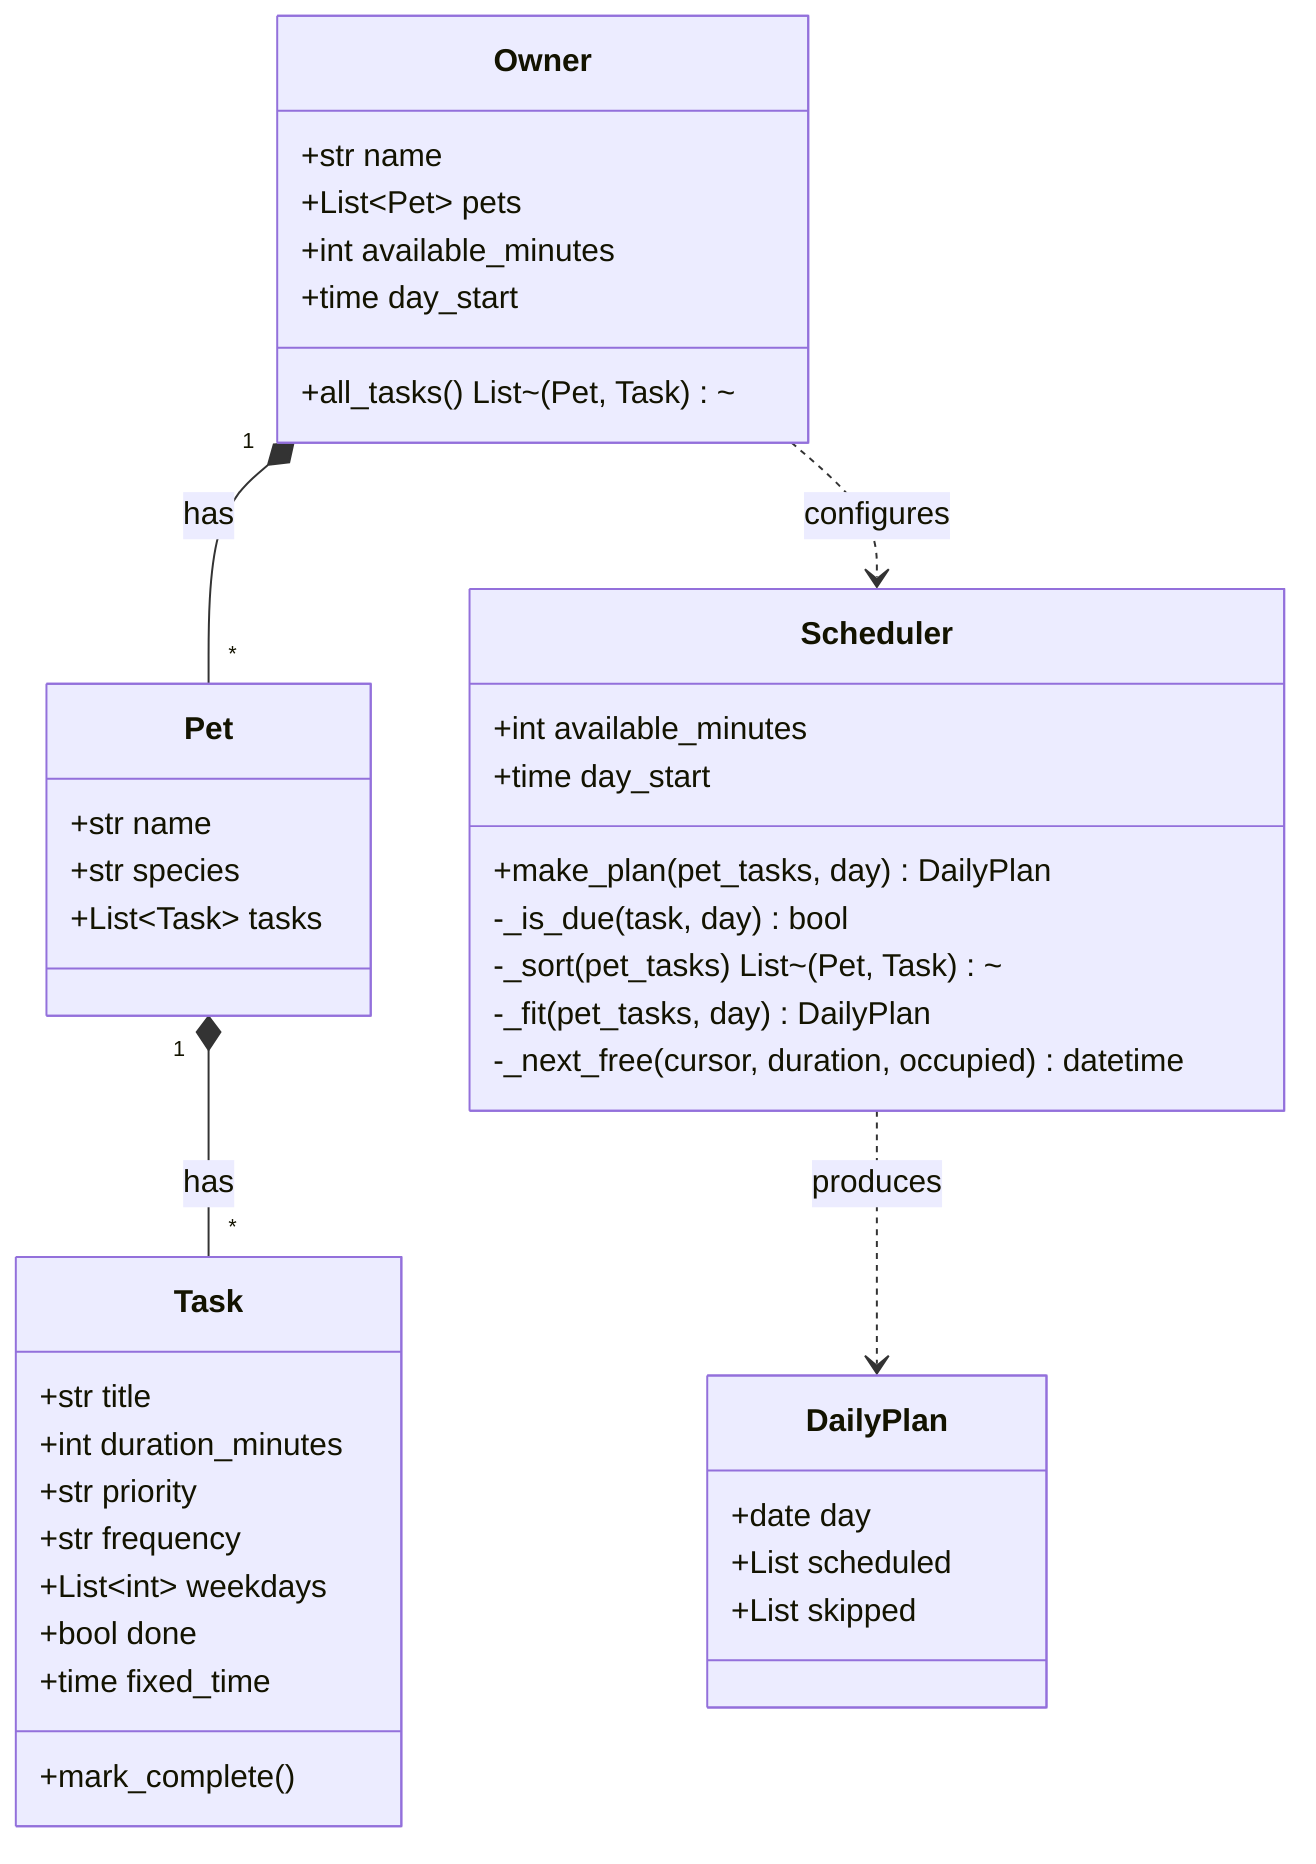
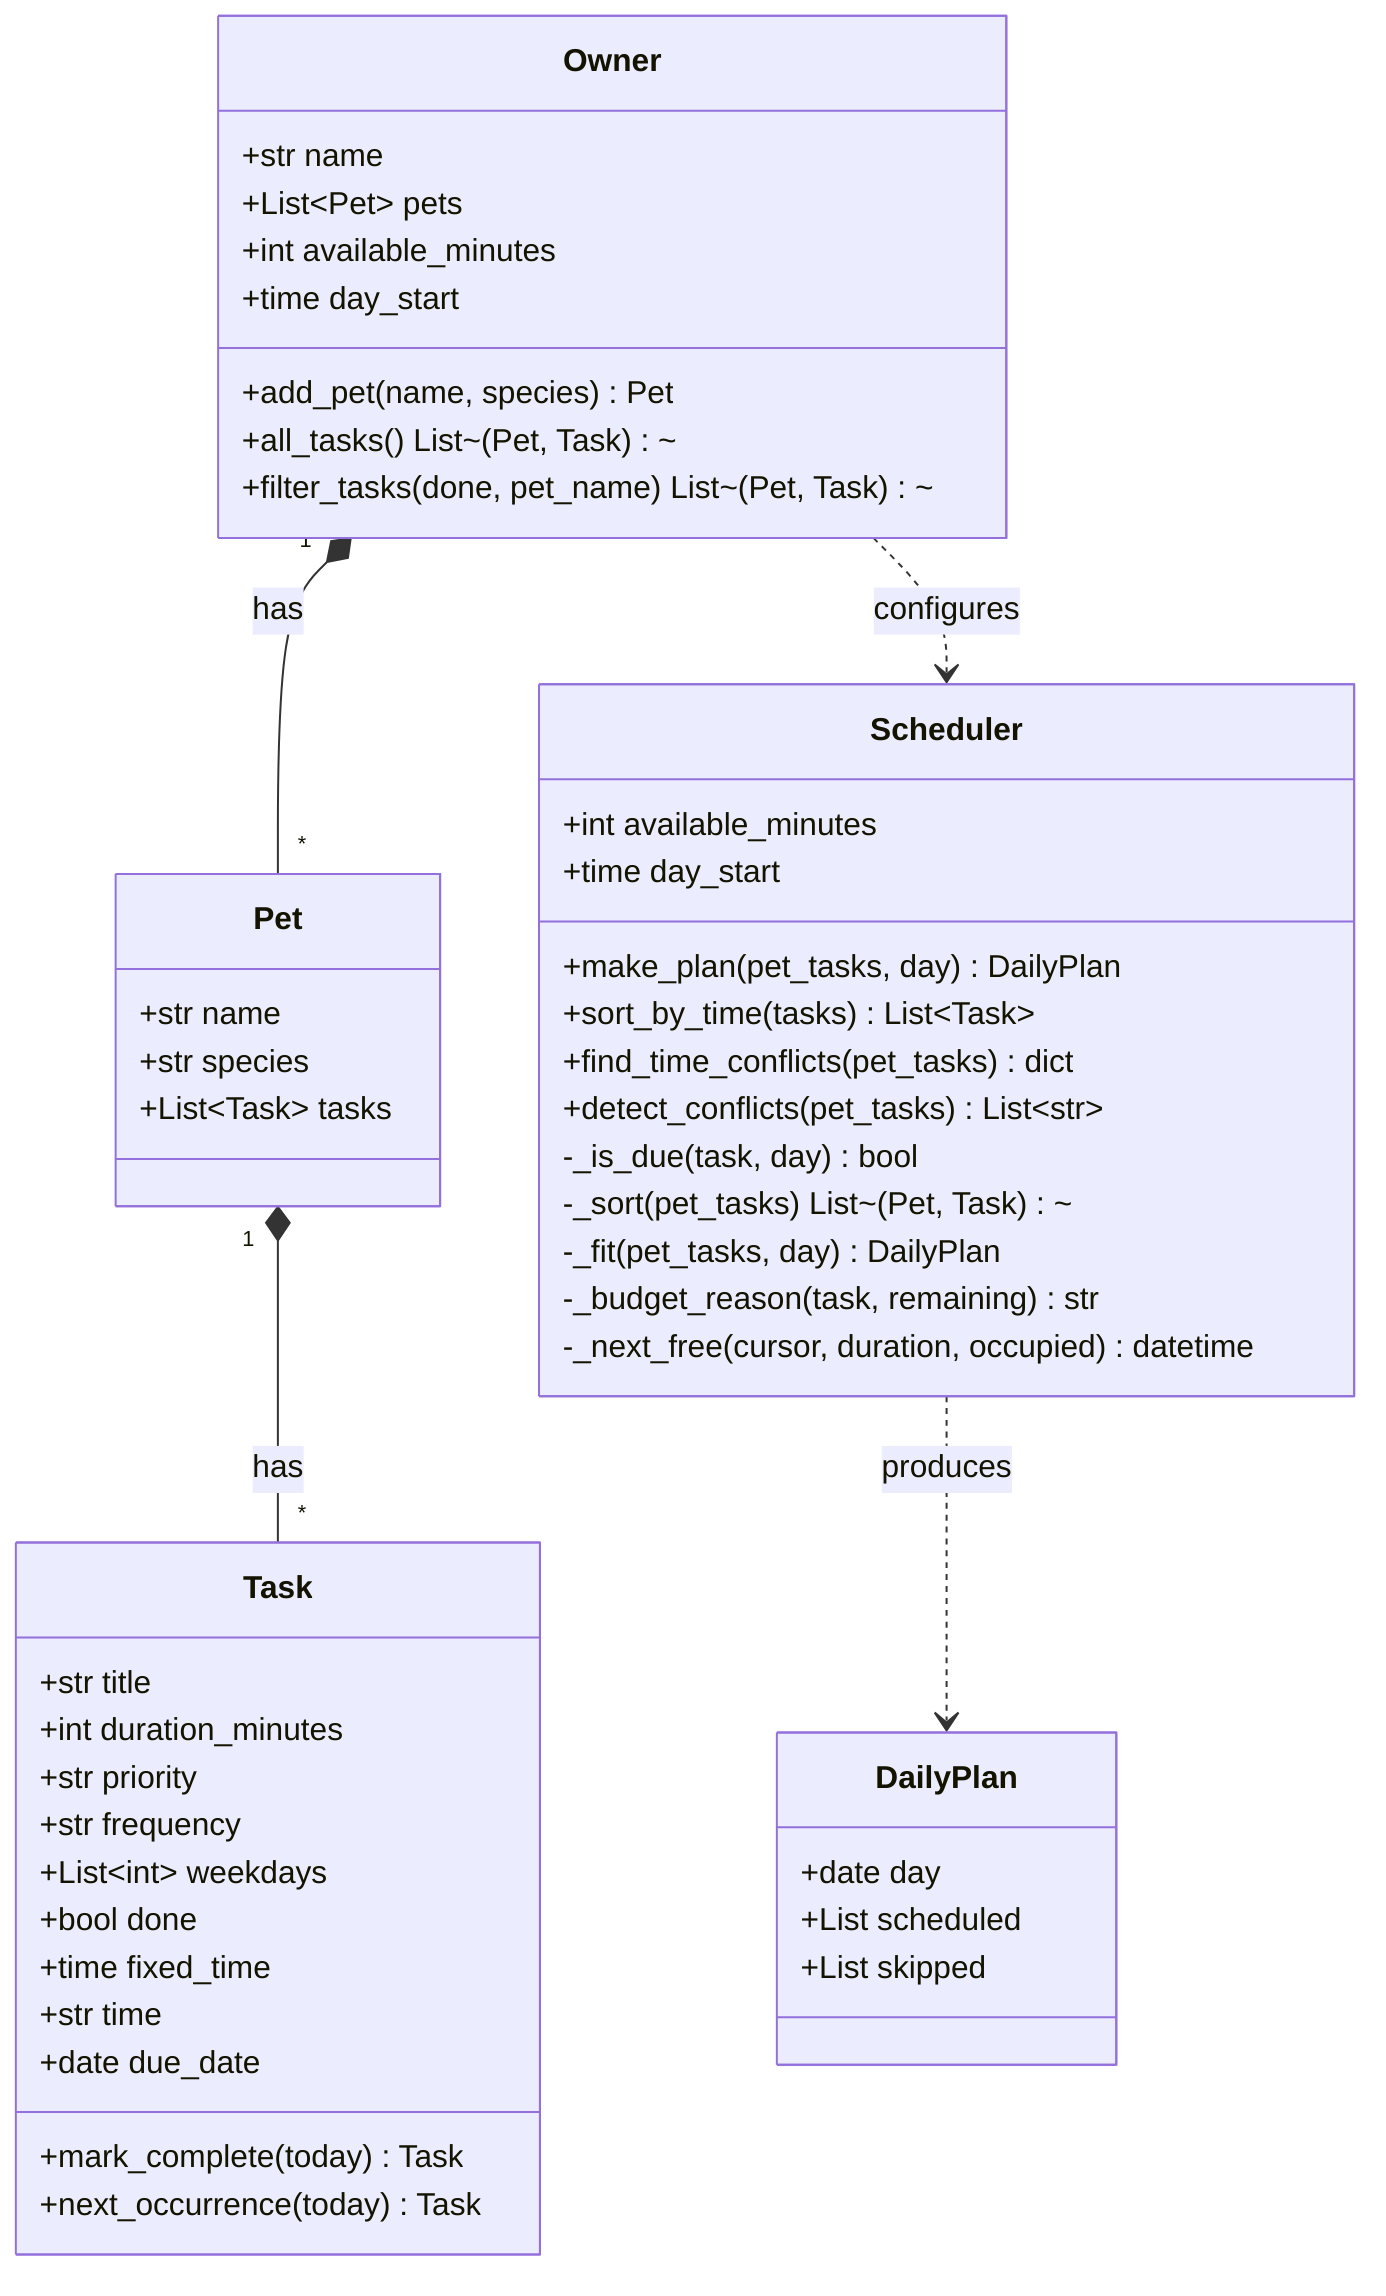
classDiagram
    class Task {
        +str title
        +int duration_minutes
        +str priority
        +str frequency
        +List~int~ weekdays
        +bool done
        +time fixed_time
-         +mark_complete()
+         +str time
+         +date due_date
+         +mark_complete(today) Task
+         +next_occurrence(today) Task
    }

    class Pet {
        +str name
        +str species
        +List~Task~ tasks
    }

    class Owner {
        +str name
        +List~Pet~ pets
        +int available_minutes
        +time day_start
+         +add_pet(name, species) Pet
        +all_tasks() List~(Pet, Task)~
+         +filter_tasks(done, pet_name) List~(Pet, Task)~
    }

    class DailyPlan {
        +date day
        +List scheduled
        +List skipped
    }

    class Scheduler {
        +int available_minutes
        +time day_start
        +make_plan(pet_tasks, day) DailyPlan
+         +sort_by_time(tasks) List~Task~
+         +find_time_conflicts(pet_tasks) dict
+         +detect_conflicts(pet_tasks) List~str~
        -_is_due(task, day) bool
        -_sort(pet_tasks) List~(Pet, Task)~
        -_fit(pet_tasks, day) DailyPlan
+         -_budget_reason(task, remaining) str
        -_next_free(cursor, duration, occupied) datetime
    }

    Owner "1" *-- "*" Pet : has
    Pet "1" *-- "*" Task : has
    Owner ..> Scheduler : configures
    Scheduler ..> DailyPlan : produces
